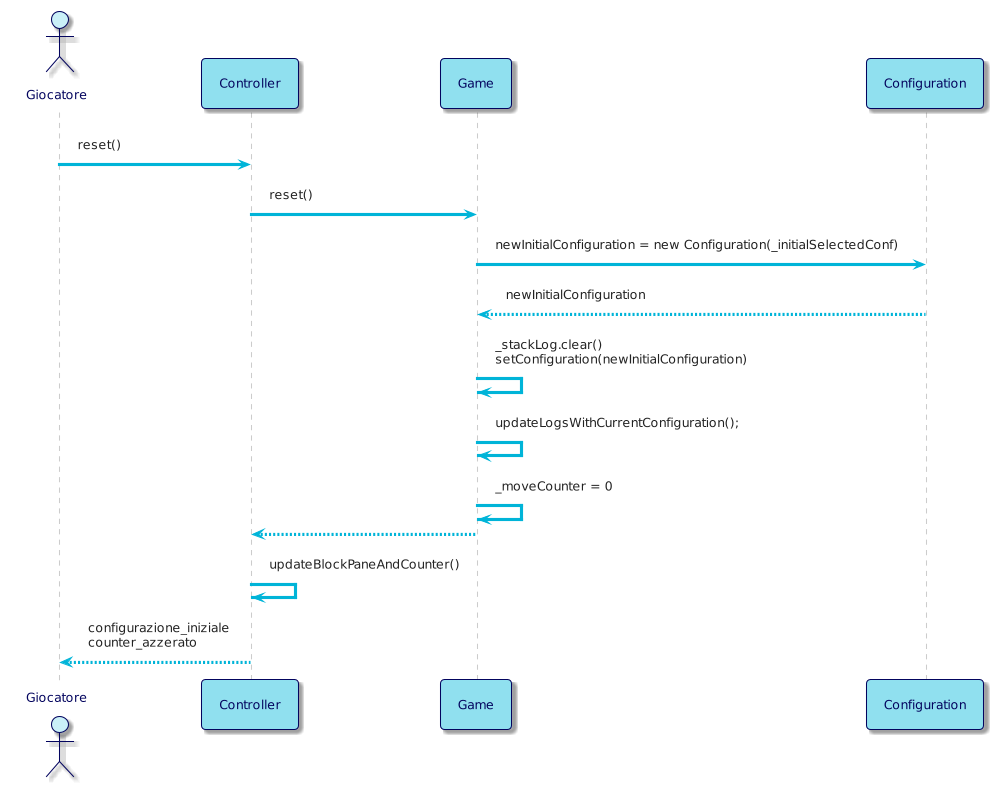
bellins14/klotski_gruppo2 keeps this PlantUML diagram as resources/img/diagrams/InternalSequenceDiagram4.png. Above is the earlier version.
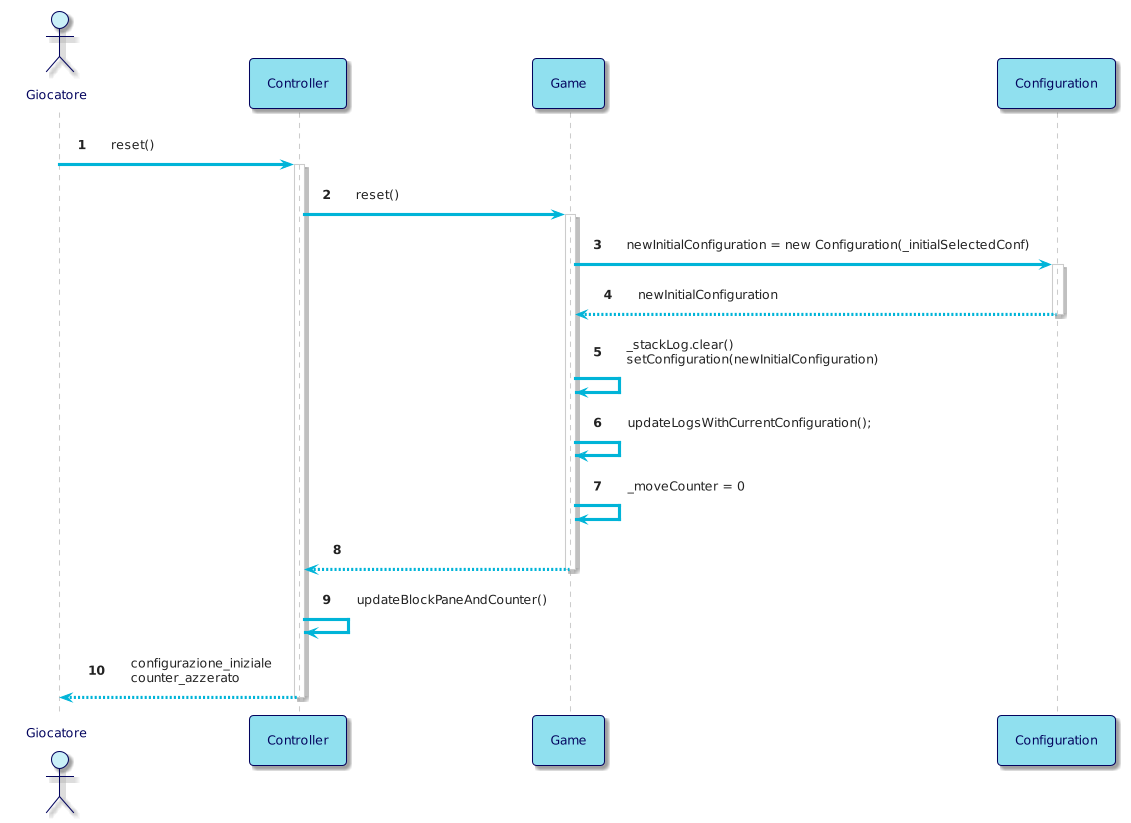
Above is the later version.

Diff of the diagram source:
```diff
@@ -1,6 +1,6 @@
 @startuml
 !theme materia-outline
-
+autonumber
 skinparam ArrowColor #00B4D8
 skinparam ActorBorderColor #03045E
 skinparam ActorFontColor #03045E
@@ -19,14 +19,21 @@
 
 
 Giocatore -> Controller: reset()
+activate Controller
 Controller -> Game: reset()
+activate Game
 
 Game -> Configuration: newInitialConfiguration = new Configuration(_initialSelectedConf)
+activate Configuration
 Configuration --> Game: newInitialConfiguration
+deactivate Configuration
 Game -> Game: _stackLog.clear() \nsetConfiguration(newInitialConfiguration)
 Game -> Game: updateLogsWithCurrentConfiguration();
 Game -> Game: _moveCounter = 0
 Game --> Controller
+deactivate Game
+
 Controller -> Controller: updateBlockPaneAndCounter()
 Controller --> Giocatore: configurazione_iniziale \ncounter_azzerato
+deactivate Controller
 @enduml
```
